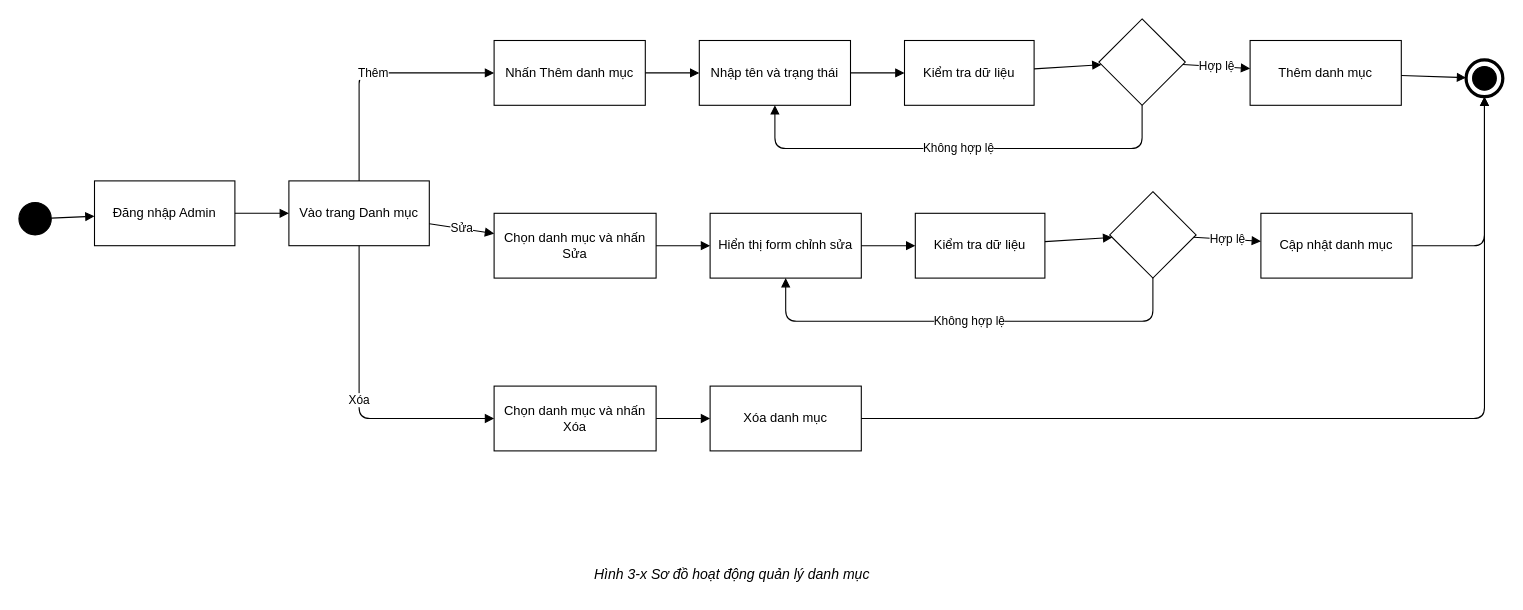
Before: app/Http/doc/activity/07-quan-ly-danh-muc.drawio in thien258/luanvantotnghiep, a draw.io diagram. Source tidied: cells renumbered, new cells numbered last; positions are measured from the earlier drawing's top-left corner, leaving out a move shared by most shapes. Both pictures are drawn from the tidied source at 108%, with x=0, y=0 at pixel (18, 18).
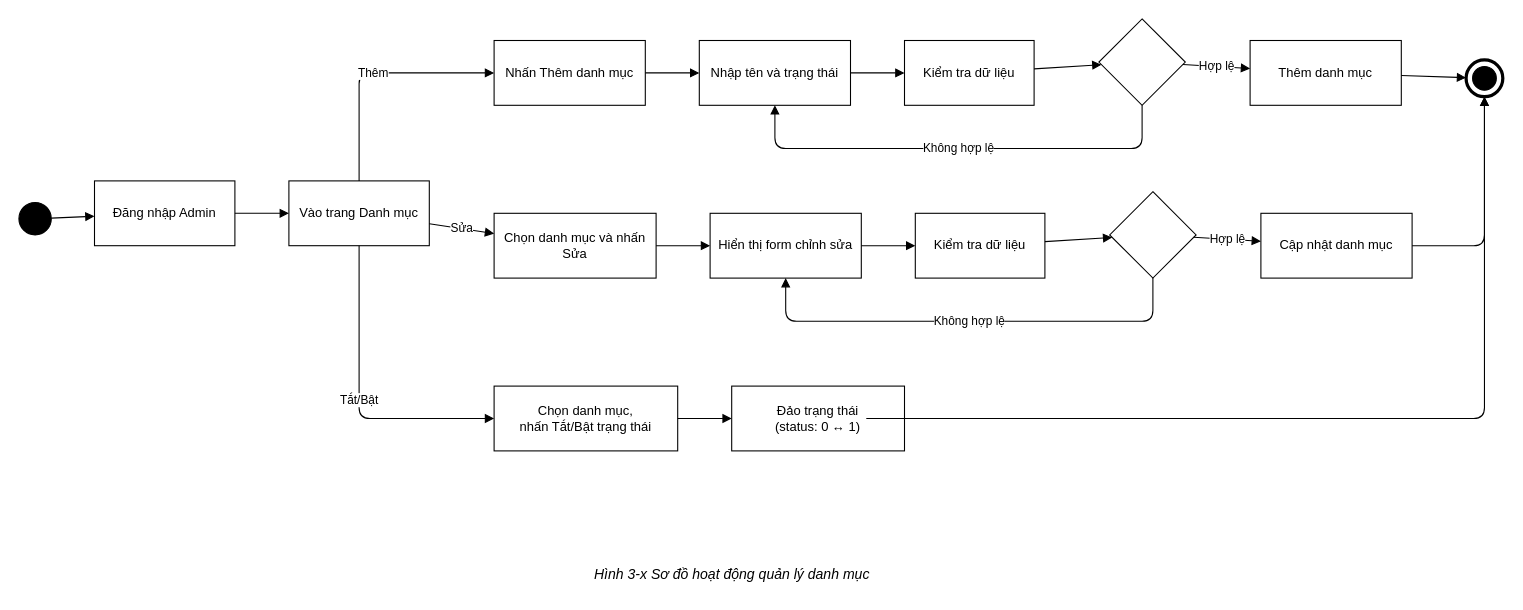
The same diagram, later.

Unchanged cells that the change refers to:
```xml
<mxCell id="4" value="Vào trang Danh mục" style="rounded=0;whiteSpace=wrap;html=1;" parent="1" vertex="1">
  <mxGeometry x="250" y="150" width="130" height="60" as="geometry" />
</mxCell>
```

Change to the diagram source:
```diff
@@
-    <mxCell id="17" value="Chọn danh mục và nhấn Xóa" style="rounded=0;whiteSpace=wrap;html=1;" parent="1" vertex="1">
-      <mxGeometry x="440" y="340" width="150" height="60" as="geometry" />
+    <mxCell id="17" value="Chọn danh mục,&#10;nhấn Tắt/Bật trạng thái" style="rounded=0;whiteSpace=wrap;html=1;" parent="1" vertex="1">
+      <mxGeometry x="440" y="340" width="170" height="60" as="geometry" />
     </mxCell>
-    <mxCell id="18" value="Xóa danh mục" style="rounded=0;whiteSpace=wrap;html=1;" parent="1" vertex="1">
-      <mxGeometry x="640" y="340" width="140" height="60" as="geometry" />
+    <mxCell id="18" value="Đảo trạng thái&#10;(status: 0 ↔ 1)" style="rounded=0;whiteSpace=wrap;html=1;" parent="1" vertex="1">
+      <mxGeometry x="660" y="340" width="160" height="60" as="geometry" />
     </mxCell>
@@
-    <mxCell id="33" value="Xóa" style="endArrow=block;endFill=1;html=1;" parent="1" edge="1" source="4" target="17">
+    <mxCell id="33" value="Tắt/Bật" style="endArrow=block;endFill=1;html=1;" parent="1" edge="1" source="4" target="17">
       <mxGeometry relative="1" as="geometry">
         <Array as="points">
           <mxPoint x="315" y="370" />
         </Array>
       </mxGeometry>
     </mxCell>
```
